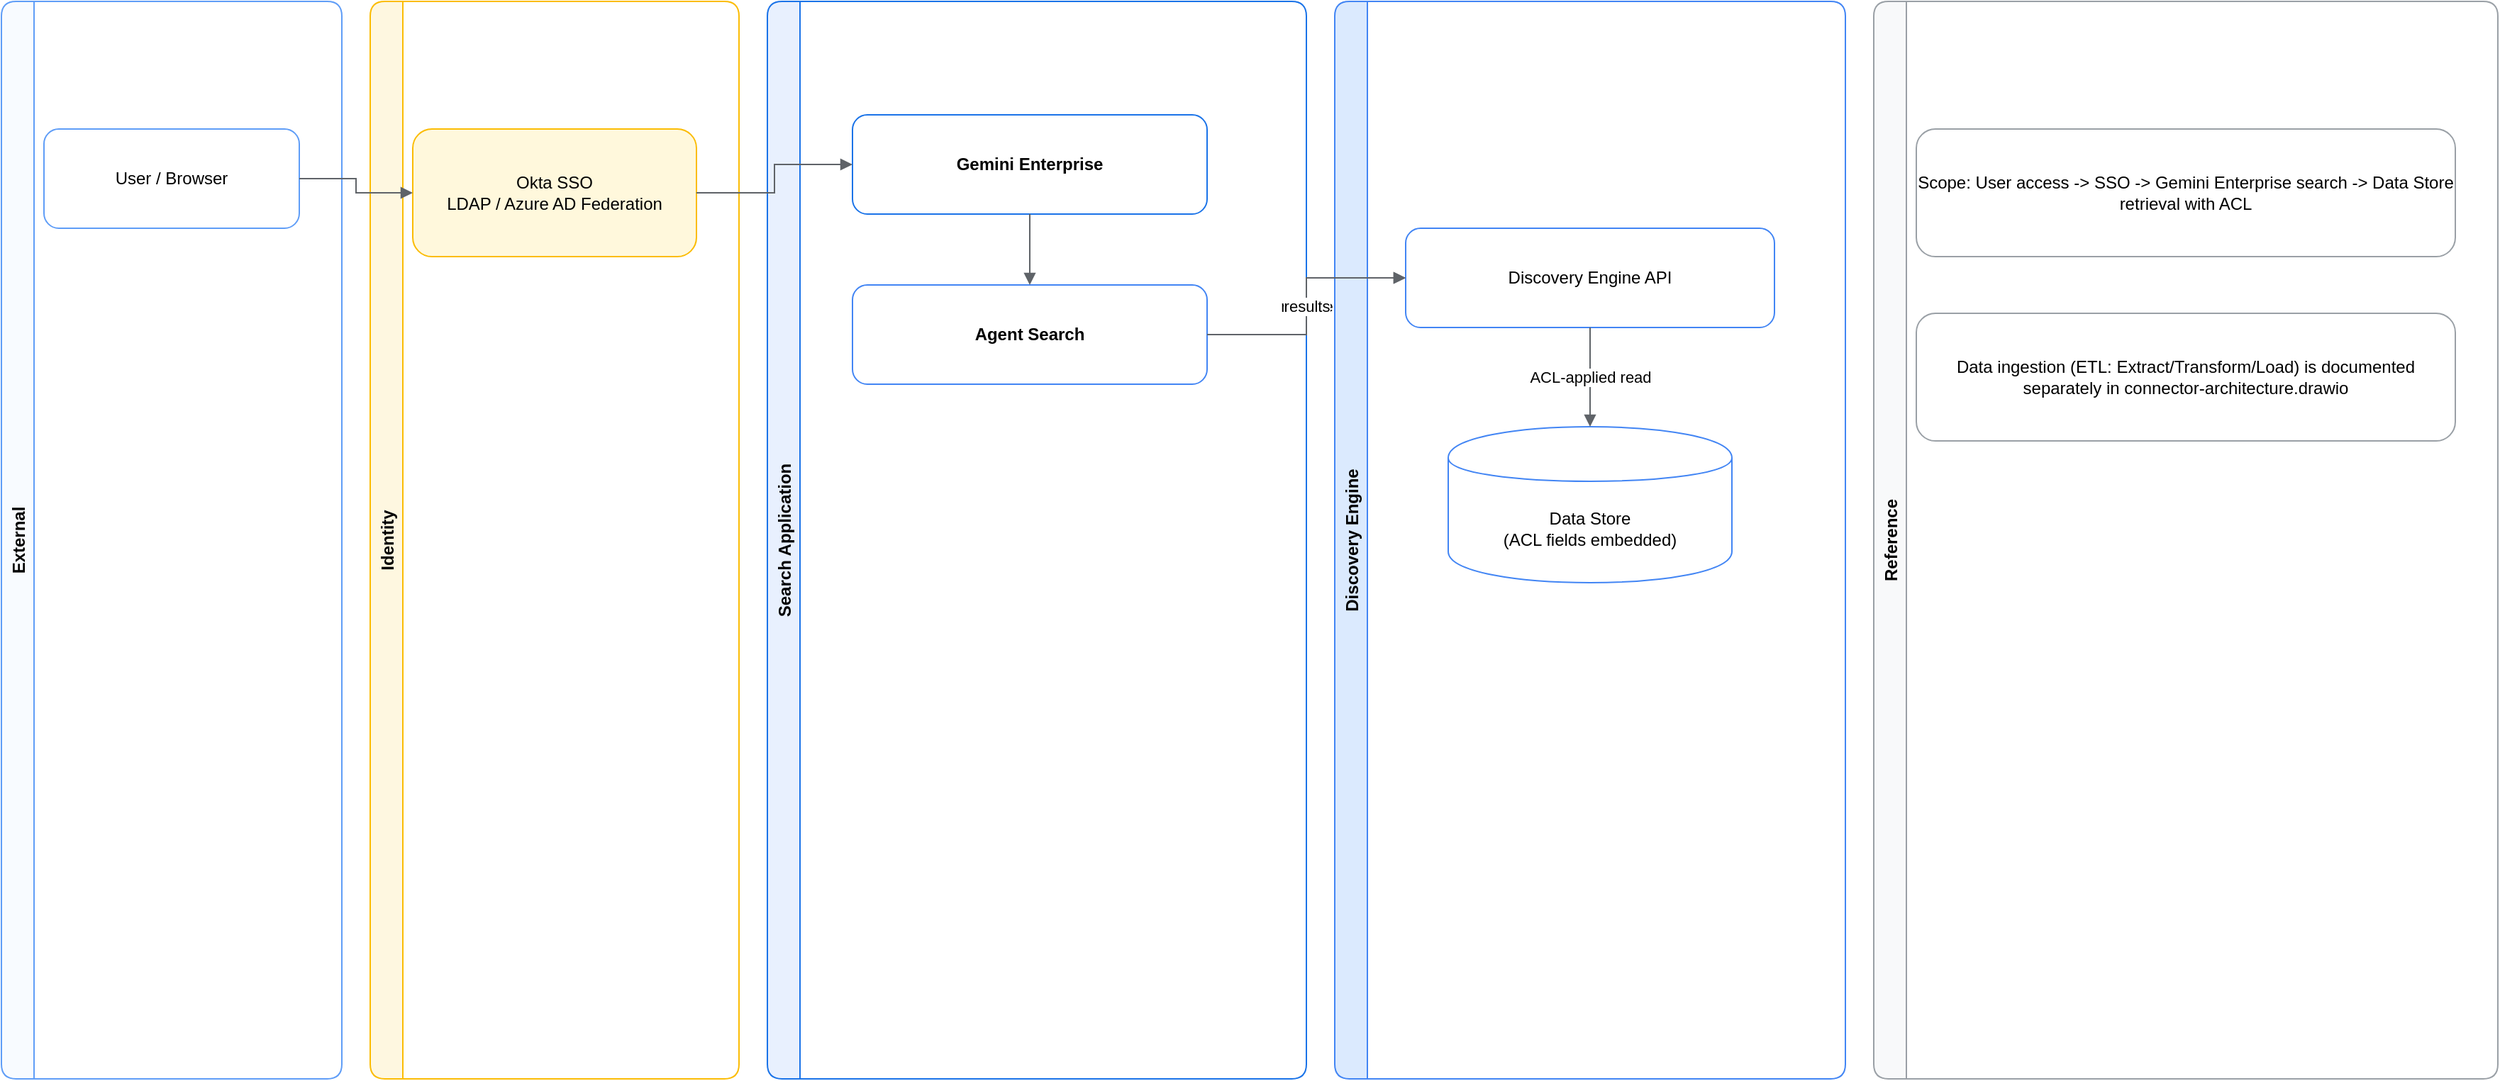
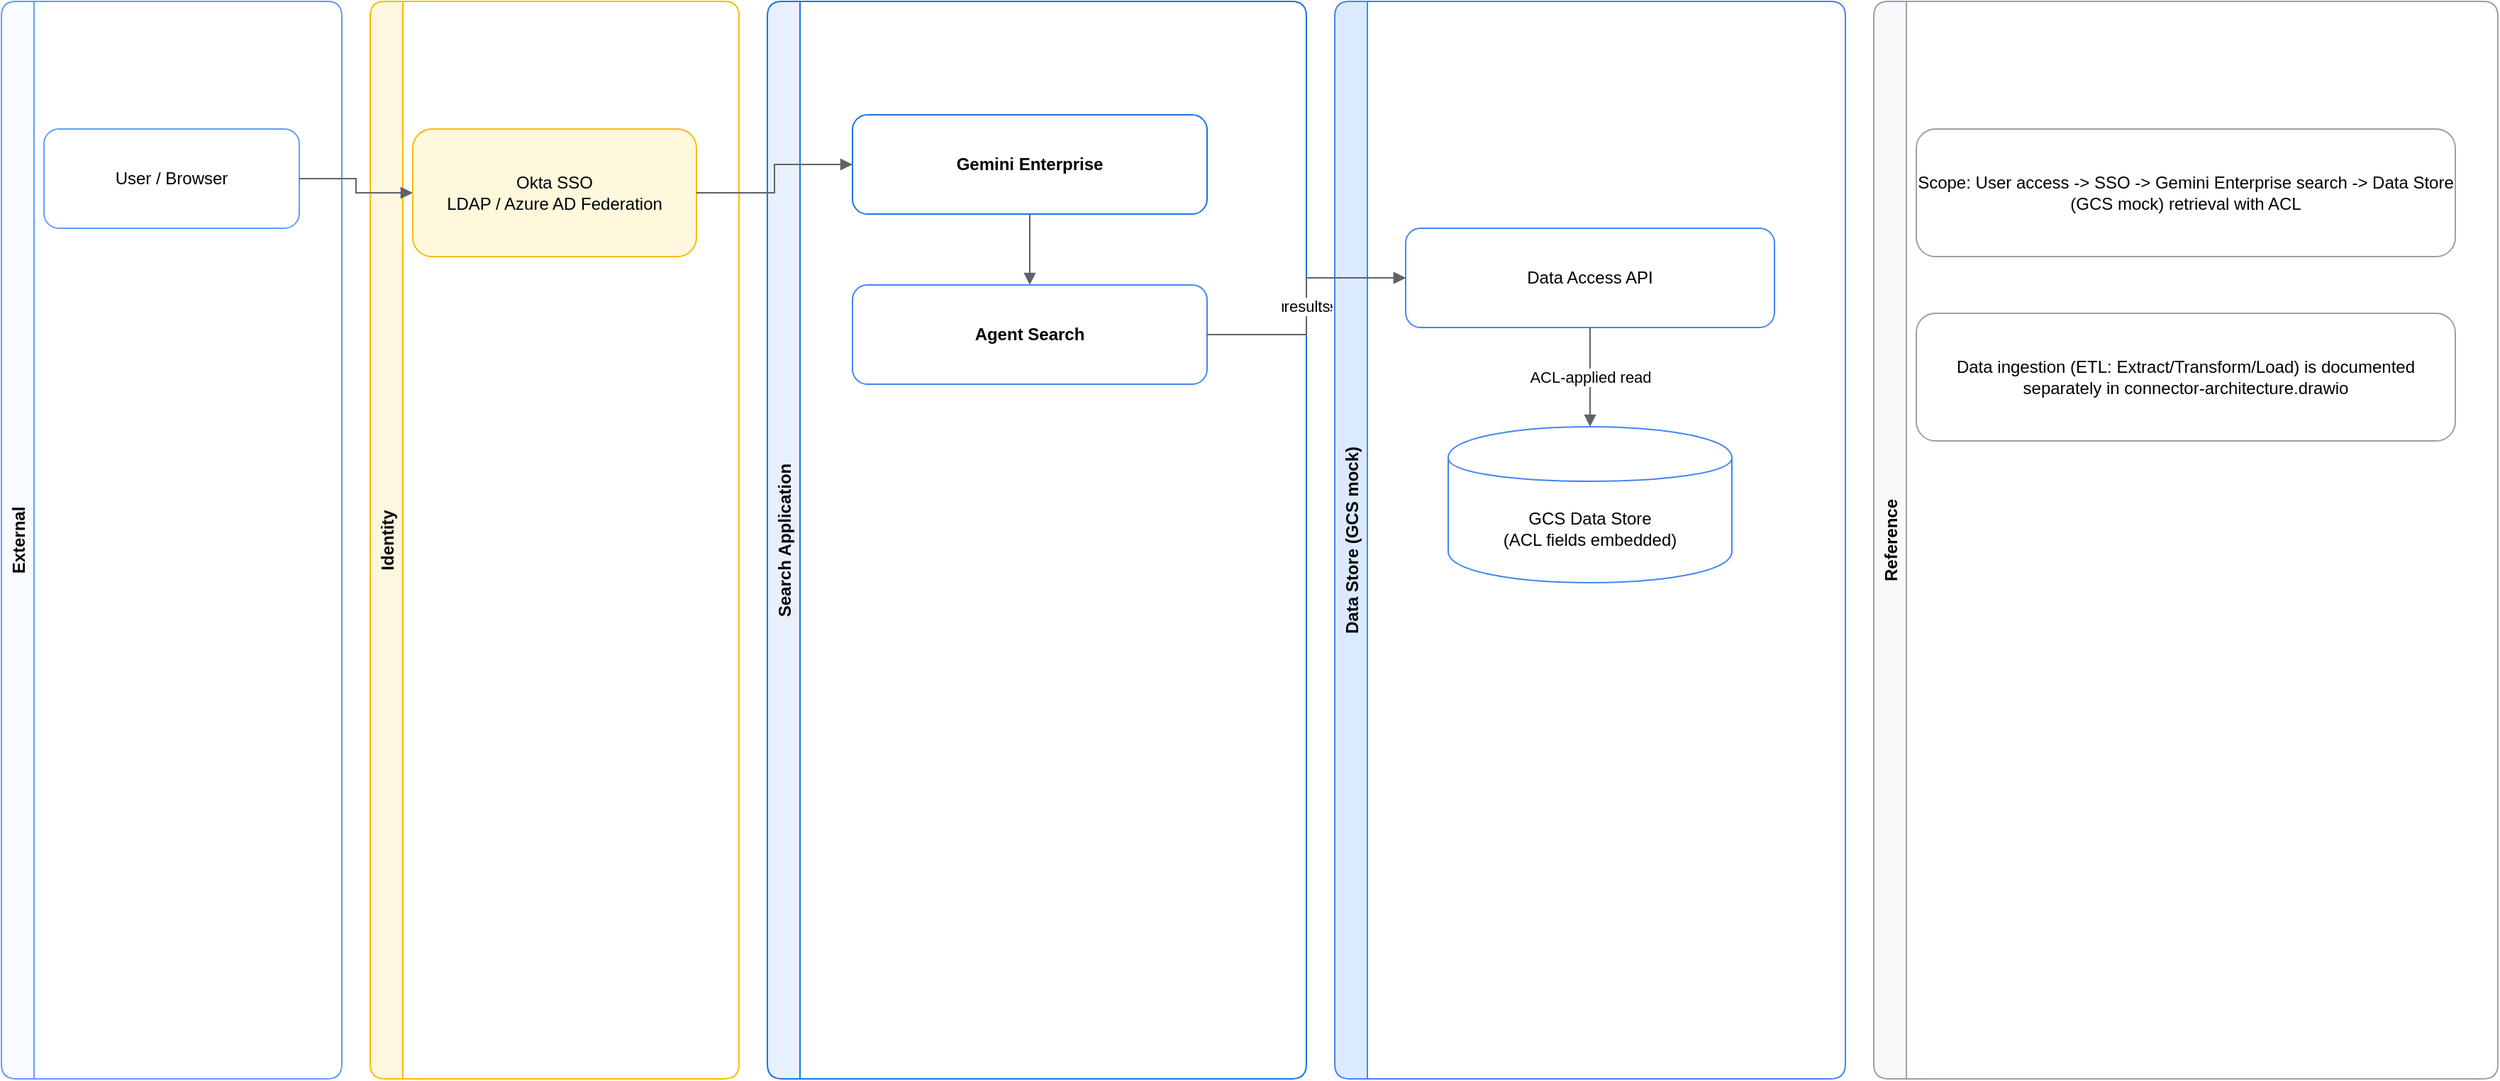
<mxfile host="app.diagrams.net" modified="2026-07-12T00:00:00.000Z" agent="Copilot" version="24.7.0" type="device">
  <diagram id="overall-arch" name="Overall Architecture">
    <mxGraphModel dx="1600" dy="1000" grid="1" gridSize="10" guides="1" tooltips="1" connect="1" arrows="1" fold="1" page="1" pageScale="1" pageWidth="1800" pageHeight="1000" math="0" shadow="0">
      <root>
        <mxCell id="0"/>
        <mxCell id="1" parent="0"/>

        <mxCell id="lane-ext" value="External" style="swimlane;horizontal=0;rounded=1;fillColor=#f8fbff;strokeColor=#5f9df7;fontStyle=1;" vertex="1" parent="1">
          <mxGeometry x="20" y="80" width="240" height="760" as="geometry"/>
        </mxCell>
        <mxCell id="lane-idp" value="Identity" style="swimlane;horizontal=0;rounded=1;fillColor=#fef7e0;strokeColor=#fbbc04;fontStyle=1;" vertex="1" parent="1">
          <mxGeometry x="280" y="80" width="260" height="760" as="geometry"/>
        </mxCell>
        <mxCell id="lane-search" value="Search Application" style="swimlane;horizontal=0;rounded=1;fillColor=#e8f0fe;strokeColor=#1a73e8;fontStyle=1;" vertex="1" parent="1">
          <mxGeometry x="560" y="80" width="380" height="760" as="geometry"/>
        </mxCell>
-         <mxCell id="lane-data" value="Discovery Engine" style="swimlane;horizontal=0;rounded=1;fillColor=#dbeafe;strokeColor=#4285f4;fontStyle=1;" vertex="1" parent="1">
+         <mxCell id="lane-data" value="Data Store (GCS mock)" style="swimlane;horizontal=0;rounded=1;fillColor=#dbeafe;strokeColor=#4285f4;fontStyle=1;" vertex="1" parent="1">
          <mxGeometry x="960" y="80" width="360" height="760" as="geometry"/>
        </mxCell>
        <mxCell id="lane-note" value="Reference" style="swimlane;horizontal=0;rounded=1;fillColor=#f8f9fa;strokeColor=#9aa0a6;fontStyle=1;" vertex="1" parent="1">
          <mxGeometry x="1340" y="80" width="440" height="760" as="geometry"/>
        </mxCell>

        <mxCell id="user" value="User / Browser" style="rounded=1;whiteSpace=wrap;html=1;fillColor=#ffffff;strokeColor=#5f9df7;" vertex="1" parent="1">
          <mxGeometry x="50" y="170" width="180" height="70" as="geometry"/>
        </mxCell>
        <mxCell id="okta" value="Okta SSO&#xa;LDAP / Azure AD Federation" style="rounded=1;whiteSpace=wrap;html=1;fillColor=#fff8dc;strokeColor=#fbbc04;" vertex="1" parent="1">
          <mxGeometry x="310" y="170" width="200" height="90" as="geometry"/>
        </mxCell>
        <mxCell id="gemini" value="Gemini Enterprise" style="rounded=1;whiteSpace=wrap;html=1;fillColor=#ffffff;strokeColor=#1a73e8;fontStyle=1;" vertex="1" parent="1">
          <mxGeometry x="620" y="160" width="250" height="70" as="geometry"/>
        </mxCell>
        <mxCell id="agent" value="Agent Search" style="rounded=1;whiteSpace=wrap;html=1;fillColor=#ffffff;strokeColor=#4285f4;fontStyle=1;" vertex="1" parent="1">
          <mxGeometry x="620" y="280" width="250" height="70" as="geometry"/>
        </mxCell>
-         <mxCell id="deapi" value="Discovery Engine API" style="rounded=1;whiteSpace=wrap;html=1;fillColor=#ffffff;strokeColor=#4285f4;" vertex="1" parent="1">
+         <mxCell id="deapi" value="Data Access API" style="rounded=1;whiteSpace=wrap;html=1;fillColor=#ffffff;strokeColor=#4285f4;" vertex="1" parent="1">
          <mxGeometry x="1010" y="240" width="260" height="70" as="geometry"/>
        </mxCell>
-         <mxCell id="datastore" value="Data Store&#xa;(ACL fields embedded)" style="shape=cylinder;whiteSpace=wrap;html=1;boundedLbl=1;fillColor=#ffffff;strokeColor=#4285f4;" vertex="1" parent="1">
+         <mxCell id="datastore" value="GCS Data Store&#xa;(ACL fields embedded)" style="shape=cylinder;whiteSpace=wrap;html=1;boundedLbl=1;fillColor=#ffffff;strokeColor=#4285f4;" vertex="1" parent="1">
          <mxGeometry x="1040" y="380" width="200" height="110" as="geometry"/>
        </mxCell>

-         <mxCell id="note1" value="Scope: User access -&gt; SSO -&gt; Gemini Enterprise search -&gt; Data Store retrieval with ACL" style="rounded=1;whiteSpace=wrap;html=1;fillColor=#ffffff;strokeColor=#9aa0a6;" vertex="1" parent="1">
+         <mxCell id="note1" value="Scope: User access -&gt; SSO -&gt; Gemini Enterprise search -&gt; Data Store (GCS mock) retrieval with ACL" style="rounded=1;whiteSpace=wrap;html=1;fillColor=#ffffff;strokeColor=#9aa0a6;" vertex="1" parent="1">
          <mxGeometry x="1370" y="170" width="380" height="90" as="geometry"/>
        </mxCell>
        <mxCell id="note2" value="Data ingestion (ETL: Extract/Transform/Load) is documented separately in connector-architecture.drawio" style="rounded=1;whiteSpace=wrap;html=1;fillColor=#ffffff;strokeColor=#9aa0a6;" vertex="1" parent="1">
          <mxGeometry x="1370" y="300" width="380" height="90" as="geometry"/>
        </mxCell>

        <mxCell id="e1" style="edgeStyle=orthogonalEdgeStyle;rounded=0;orthogonalLoop=1;jettySize=auto;html=1;endArrow=block;endFill=1;strokeColor=#5f6368;" edge="1" parent="1" source="user" target="okta">
          <mxGeometry relative="1" as="geometry"/>
        </mxCell>
        <mxCell id="e2" style="edgeStyle=orthogonalEdgeStyle;rounded=0;orthogonalLoop=1;jettySize=auto;html=1;endArrow=block;endFill=1;strokeColor=#5f6368;" edge="1" parent="1" source="okta" target="gemini">
          <mxGeometry relative="1" as="geometry"/>
        </mxCell>
        <mxCell id="e3" style="edgeStyle=orthogonalEdgeStyle;rounded=0;orthogonalLoop=1;jettySize=auto;html=1;endArrow=block;endFill=1;strokeColor=#5f6368;" edge="1" parent="1" source="gemini" target="agent">
          <mxGeometry relative="1" as="geometry"/>
        </mxCell>
        <mxCell id="e4" value="retrieve" style="edgeStyle=orthogonalEdgeStyle;rounded=0;orthogonalLoop=1;jettySize=auto;html=1;endArrow=block;endFill=1;strokeColor=#5f6368;" edge="1" parent="1" source="agent" target="deapi">
          <mxGeometry relative="1" as="geometry"/>
        </mxCell>
        <mxCell id="e5" value="ACL-applied read" style="edgeStyle=orthogonalEdgeStyle;rounded=0;orthogonalLoop=1;jettySize=auto;html=1;endArrow=block;endFill=1;strokeColor=#5f6368;" edge="1" parent="1" source="deapi" target="datastore">
          <mxGeometry relative="1" as="geometry"/>
        </mxCell>
        <mxCell id="e6" value="results" style="edgeStyle=orthogonalEdgeStyle;rounded=0;orthogonalLoop=1;jettySize=auto;html=1;startArrow=block;startFill=1;endArrow=none;strokeColor=#5f6368;" edge="1" parent="1" source="deapi" target="agent">
          <mxGeometry relative="1" as="geometry"/>
        </mxCell>
      </root>
    </mxGraphModel>
  </diagram>
</mxfile>
